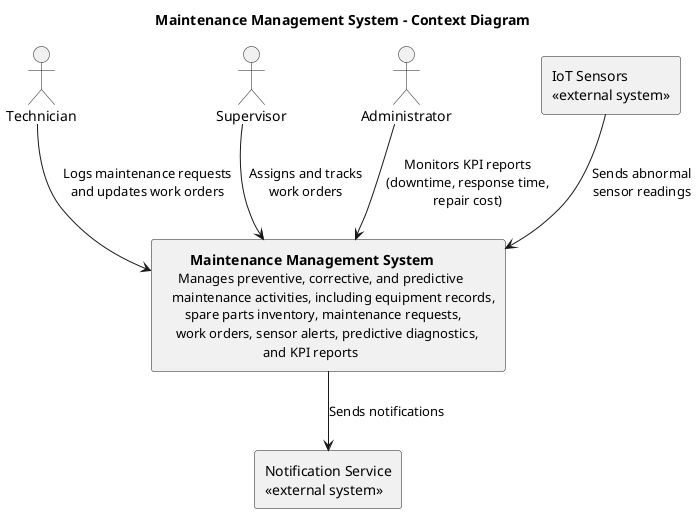
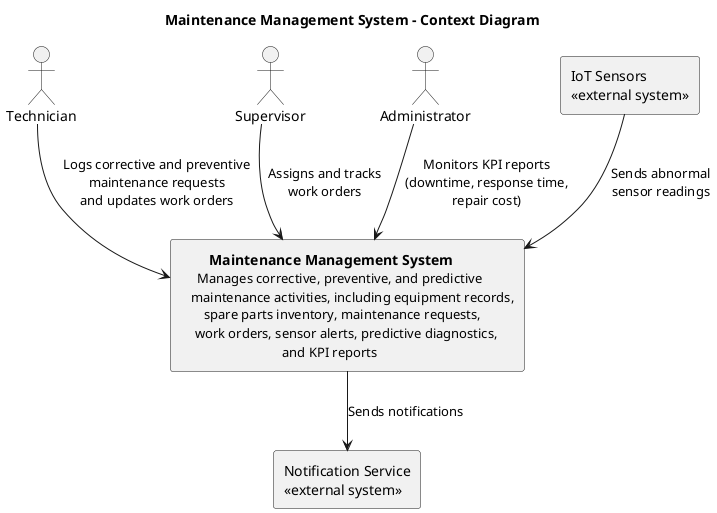
@startuml
title Maintenance Management System - Context Diagram

actor Technician
actor Supervisor
actor Administrator

rectangle "IoT Sensors\n<<external system>>" as iot
rectangle "Notification Service\n<<external system>>" as notification

- rectangle "\t<b>Maintenance Management System</b>\n<size:13>     Manages preventive, corrective, and predictive\n   <size:13>maintenance activities, including equipment records,\n<size:13>       spare parts inventory, maintenance requests,\n    <size:13>work orders, sensor alerts, predictive diagnostics,\n                            <size:13>and KPI reports" as mms
+ rectangle "\t<b>Maintenance Management System</b>\n<size:13>     Manages corrective, preventive, and predictive\n   <size:13>maintenance activities, including equipment records,\n<size:13>       spare parts inventory, maintenance requests,\n    <size:13>work orders, sensor alerts, predictive diagnostics,\n                            <size:13>and KPI reports" as mms

- Technician --> mms : Logs maintenance requests\nand updates work orders
+ Technician --> mms : Logs corrective and preventive\nmaintenance requests\nand updates work orders
Supervisor --> mms : Assigns and tracks\nwork orders
Administrator --> mms : Monitors KPI reports\n(downtime, response time,\nrepair cost)

iot --> mms : Sends abnormal\nsensor readings
mms --> notification : Sends notifications

@enduml